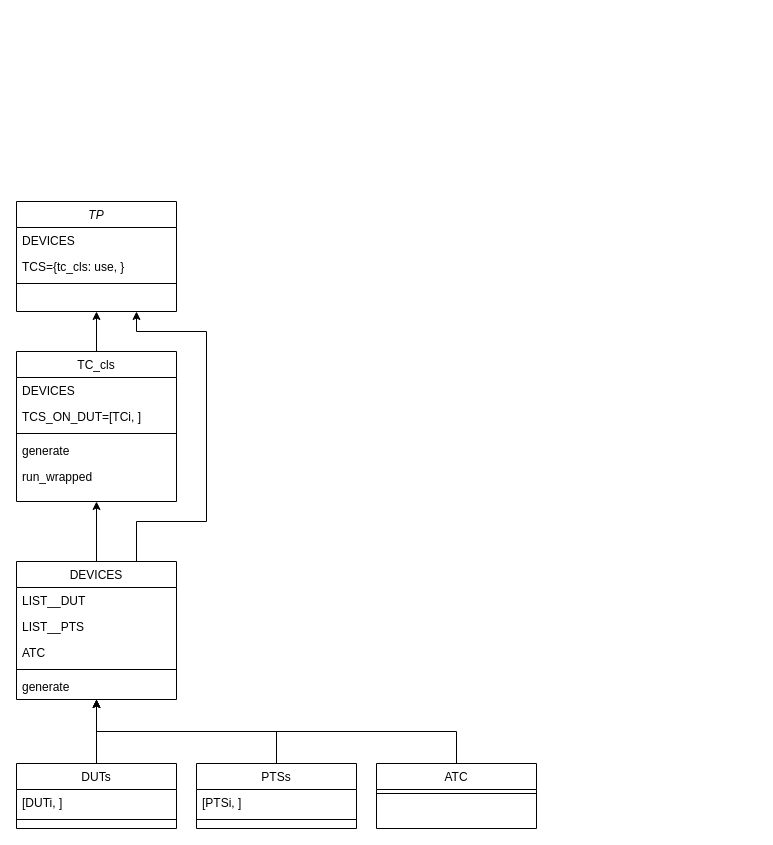
The draw.io diagram HELP/TestPlanScheme.drawio in centroid457/testplans, before the edit. Source tidied: cells renumbered, new cells numbered last; positions are measured from the earlier drawing's top-left corner, leaving out a move shared by most shapes. Both pictures are drawn from the tidied source at 100%, with x=0, y=0 at pixel (16, 201).
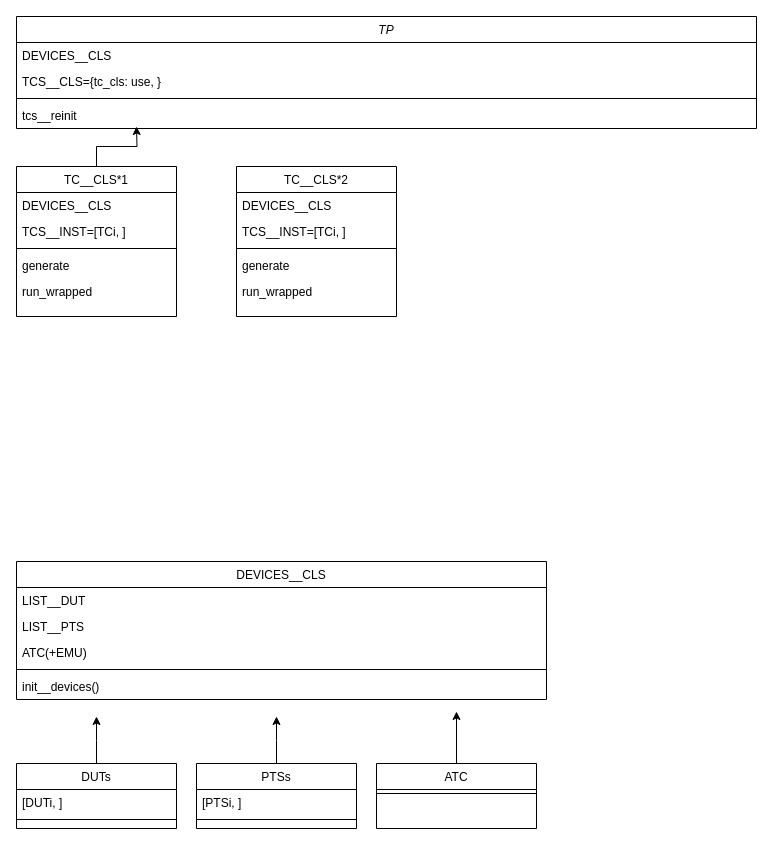
The same diagram, later.

The change refers to these unchanged cells:
```xml
<mxCell id="22" value="DUTs" style="swimlane;fontStyle=0;align=center;verticalAlign=top;horizontal=1;startSize=26;rounded=0;shadow=0;strokeWidth=1;" parent="1" vertex="1">
  <mxGeometry y="562" width="160" height="65" as="geometry" />
</mxCell>
<mxCell id="26" value="ATC" style="swimlane;fontStyle=0;align=center;verticalAlign=top;horizontal=1;startSize=26;rounded=0;shadow=0;strokeWidth=1;" parent="1" vertex="1">
  <mxGeometry x="360" y="562" width="160" height="65" as="geometry" />
</mxCell>
<mxCell id="29" value="PTSs" style="swimlane;fontStyle=0;align=center;verticalAlign=top;horizontal=1;startSize=26;rounded=0;shadow=0;strokeWidth=1;" parent="1" vertex="1">
  <mxGeometry x="180" y="562" width="160" height="65" as="geometry" />
</mxCell>
```

Change to the diagram source:
```diff
@@
     <mxCell id="2" value="TP" style="swimlane;fontStyle=2;align=center;verticalAlign=top;horizontal=1;startSize=26;rounded=0;shadow=0;strokeWidth=1;" parent="1" vertex="1">
-      <mxGeometry width="160" height="110" as="geometry" />
+      <mxGeometry y="-185" width="740" height="112" as="geometry" />
     </mxCell>
-    <mxCell id="3" value="DEVICES" style="text;align=left;verticalAlign=top;spacingLeft=4;spacingRight=4;overflow=hidden;" parent="2" vertex="1">
-      <mxGeometry y="26" width="160" height="26" as="geometry" />
+    <mxCell id="3" value="DEVICES__CLS" style="text;align=left;verticalAlign=top;spacingLeft=4;spacingRight=4;overflow=hidden;" parent="2" vertex="1">
+      <mxGeometry y="26" width="740" height="26" as="geometry" />
     </mxCell>
-    <mxCell id="4" value="TCS={tc_cls: use, }" style="text;align=left;verticalAlign=top;spacingLeft=4;spacingRight=4;overflow=hidden;" parent="2" vertex="1">
-      <mxGeometry y="52" width="160" height="26" as="geometry" />
+    <mxCell id="4" value="TCS__CLS={tc_cls: use, }" style="text;align=left;verticalAlign=top;spacingLeft=4;spacingRight=4;overflow=hidden;" parent="2" vertex="1">
+      <mxGeometry y="52" width="740" height="26" as="geometry" />
     </mxCell>
     <mxCell id="5" style="line;html=1;strokeWidth=1;align=left;verticalAlign=middle;spacingTop=-1;spacingLeft=3;spacingRight=3;labelPosition=right;" parent="2" vertex="1">
-      <mxGeometry y="78" width="160" height="8" as="geometry" />
+      <mxGeometry y="78" width="740" height="8" as="geometry" />
     </mxCell>
-    <mxCell id="6" style="edgeStyle=orthogonalEdgeStyle;rounded=0;jettySize=auto;html=1;exitX=0.75;exitY=0;exitDx=0;exitDy=0;entryX=0.75;entryY=1;entryDx=0;entryDy=0;" parent="1" edge="1" source="8" target="2">
-      <mxGeometry relative="1" as="geometry">
-        <Array as="points">
-          <mxPoint x="120" y="320" />
-          <mxPoint x="190" y="320" />
-          <mxPoint x="190" y="130" />
-          <mxPoint x="120" y="130" />
-        </Array>
-      </mxGeometry>
-    </mxCell>
-    <mxCell id="7" style="edgeStyle=orthogonalEdgeStyle;rounded=0;jettySize=auto;html=1;exitX=0.5;exitY=0;exitDx=0;exitDy=0;entryX=0.5;entryY=1;entryDx=0;entryDy=0;" parent="1" edge="1" source="8" target="15">
-      <mxGeometry relative="1" as="geometry" />
-    </mxCell>
+    <mxCell id="32" value="tcs__reinit" style="text;align=left;verticalAlign=top;spacingLeft=4;spacingRight=4;overflow=hidden;" parent="2" vertex="1">
+      <mxGeometry y="86" width="740" height="26" as="geometry" />
+    </mxCell>
-    <mxCell id="8" value="DEVICES" style="swimlane;fontStyle=0;align=center;verticalAlign=top;horizontal=1;startSize=26;rounded=0;shadow=0;strokeWidth=1;" parent="1" vertex="1">
-      <mxGeometry y="360" width="160" height="138" as="geometry" />
+    <mxCell id="8" value="DEVICES__CLS" style="swimlane;fontStyle=0;align=center;verticalAlign=top;horizontal=1;startSize=26;rounded=0;shadow=0;strokeWidth=1;" parent="1" vertex="1">
+      <mxGeometry y="360" width="530" height="138" as="geometry" />
     </mxCell>
     <mxCell id="9" value="LIST__DUT" style="text;align=left;verticalAlign=top;spacingLeft=4;spacingRight=4;overflow=hidden;" parent="8" vertex="1">
-      <mxGeometry y="26" width="160" height="26" as="geometry" />
+      <mxGeometry y="26" width="530" height="26" as="geometry" />
     </mxCell>
     <mxCell id="10" value="LIST__PTS" style="text;align=left;verticalAlign=top;spacingLeft=4;spacingRight=4;overflow=hidden;" parent="8" vertex="1">
-      <mxGeometry y="52" width="160" height="26" as="geometry" />
+      <mxGeometry y="52" width="530" height="26" as="geometry" />
     </mxCell>
-    <mxCell id="11" value="ATC" style="text;align=left;verticalAlign=top;spacingLeft=4;spacingRight=4;overflow=hidden;" parent="8" vertex="1">
-      <mxGeometry y="78" width="160" height="26" as="geometry" />
+    <mxCell id="11" value="ATC(+EMU)" style="text;align=left;verticalAlign=top;spacingLeft=4;spacingRight=4;overflow=hidden;" parent="8" vertex="1">
+      <mxGeometry y="78" width="530" height="26" as="geometry" />
     </mxCell>
     <mxCell id="12" style="line;html=1;strokeWidth=1;align=left;verticalAlign=middle;spacingTop=-1;spacingLeft=3;spacingRight=3;labelPosition=right;" parent="8" vertex="1">
-      <mxGeometry y="104" width="160" height="8" as="geometry" />
+      <mxGeometry y="104" width="530" height="8" as="geometry" />
     </mxCell>
-    <mxCell id="13" value="generate" style="text;align=left;verticalAlign=top;spacingLeft=4;spacingRight=4;overflow=hidden;" parent="8" vertex="1">
-      <mxGeometry y="112" width="160" height="26" as="geometry" />
+    <mxCell id="13" value="init__devices()" style="text;align=left;verticalAlign=top;spacingLeft=4;spacingRight=4;overflow=hidden;" parent="8" vertex="1">
+      <mxGeometry y="112" width="530" height="26" as="geometry" />
     </mxCell>
-    <mxCell id="14" style="edgeStyle=orthogonalEdgeStyle;rounded=0;jettySize=auto;html=1;exitX=0.5;exitY=0;exitDx=0;exitDy=0;entryX=0.5;entryY=1;entryDx=0;entryDy=0;" parent="1" edge="1" source="15" target="2">
-      <mxGeometry relative="1" as="geometry" />
+    <mxCell id="14" style="edgeStyle=orthogonalEdgeStyle;rounded=0;jettySize=auto;html=1;exitX=0.5;exitY=0;exitDx=0;exitDy=0;" parent="1" edge="1" source="15">
+      <mxGeometry relative="1" as="geometry">
+        <mxPoint x="120" y="-75" as="targetPoint" />
+      </mxGeometry>
     </mxCell>
-    <mxCell id="15" value="TC_cls" style="swimlane;fontStyle=0;align=center;verticalAlign=top;horizontal=1;startSize=26;rounded=0;shadow=0;strokeWidth=1;" parent="1" vertex="1">
-      <mxGeometry y="150" width="160" height="150" as="geometry" />
+    <mxCell id="15" value="TC__CLS*1" style="swimlane;fontStyle=0;align=center;verticalAlign=top;horizontal=1;startSize=26;rounded=0;shadow=0;strokeWidth=1;" parent="1" vertex="1">
+      <mxGeometry y="-35" width="160" height="150" as="geometry" />
     </mxCell>
-    <mxCell id="16" value="DEVICES" style="text;align=left;verticalAlign=top;spacingLeft=4;spacingRight=4;overflow=hidden;" parent="15" vertex="1">
+    <mxCell id="16" value="DEVICES__CLS" style="text;align=left;verticalAlign=top;spacingLeft=4;spacingRight=4;overflow=hidden;" parent="15" vertex="1">
       <mxGeometry y="26" width="160" height="26" as="geometry" />
     </mxCell>
-    <mxCell id="17" value="TCS_ON_DUT=[TCi, ]" style="text;align=left;verticalAlign=top;spacingLeft=4;spacingRight=4;overflow=hidden;rounded=0;shadow=0;html=0;" parent="15" vertex="1">
+    <mxCell id="17" value="TCS__INST=[TCi, ]" style="text;align=left;verticalAlign=top;spacingLeft=4;spacingRight=4;overflow=hidden;rounded=0;shadow=0;html=0;" parent="15" vertex="1">
       <mxGeometry y="52" width="160" height="26" as="geometry" />
     </mxCell>
@@
-    <mxCell id="21" style="edgeStyle=orthogonalEdgeStyle;rounded=0;jettySize=auto;html=1;exitX=0.5;exitY=0;exitDx=0;exitDy=0;entryX=0.5;entryY=1;entryDx=0;entryDy=0;" parent="1" edge="1" source="22" target="8">
-      <mxGeometry relative="1" as="geometry" />
-    </mxCell>
+    <mxCell id="33" style="edgeStyle=orthogonalEdgeStyle;rounded=0;jettySize=auto;html=1;exitX=0.5;exitY=0;exitDx=0;exitDy=0;" parent="1" edge="1" source="22">
+      <mxGeometry relative="1" as="geometry">
+        <mxPoint x="80" y="515" as="targetPoint" />
+      </mxGeometry>
+    </mxCell>
@@
-    <mxCell id="25" style="edgeStyle=orthogonalEdgeStyle;rounded=0;jettySize=auto;html=1;exitX=0.5;exitY=0;exitDx=0;exitDy=0;entryX=0.5;entryY=1;entryDx=0;entryDy=0;" parent="1" edge="1" source="26" target="8">
-      <mxGeometry relative="1" as="geometry" />
-    </mxCell>
+    <mxCell id="34" style="edgeStyle=orthogonalEdgeStyle;rounded=0;jettySize=auto;html=1;exitX=0.5;exitY=0;exitDx=0;exitDy=0;" parent="1" edge="1" source="26">
+      <mxGeometry relative="1" as="geometry">
+        <mxPoint x="440" y="510" as="targetPoint" />
+      </mxGeometry>
+    </mxCell>
@@
-    <mxCell id="28" style="edgeStyle=orthogonalEdgeStyle;rounded=0;jettySize=auto;html=1;exitX=0.5;exitY=0;exitDx=0;exitDy=0;entryX=0.5;entryY=1;entryDx=0;entryDy=0;" parent="1" edge="1" source="29" target="8">
-      <mxGeometry relative="1" as="geometry" />
-    </mxCell>
@@
+    <mxCell id="35" value="TC__CLS*2" style="swimlane;fontStyle=0;align=center;verticalAlign=top;horizontal=1;startSize=26;rounded=0;shadow=0;strokeWidth=1;" parent="1" vertex="1">
+      <mxGeometry x="220" y="-35" width="160" height="150" as="geometry" />
+    </mxCell>
+    <mxCell id="36" value="DEVICES__CLS" style="text;align=left;verticalAlign=top;spacingLeft=4;spacingRight=4;overflow=hidden;" parent="35" vertex="1">
+      <mxGeometry y="26" width="160" height="26" as="geometry" />
+    </mxCell>
+    <mxCell id="37" value="TCS__INST=[TCi, ]" style="text;align=left;verticalAlign=top;spacingLeft=4;spacingRight=4;overflow=hidden;rounded=0;shadow=0;html=0;" parent="35" vertex="1">
+      <mxGeometry y="52" width="160" height="26" as="geometry" />
+    </mxCell>
+    <mxCell id="38" style="line;html=1;strokeWidth=1;align=left;verticalAlign=middle;spacingTop=-1;spacingLeft=3;spacingRight=3;labelPosition=right;" parent="35" vertex="1">
+      <mxGeometry y="78" width="160" height="8" as="geometry" />
+    </mxCell>
+    <mxCell id="39" value="generate" style="text;align=left;verticalAlign=top;spacingLeft=4;spacingRight=4;overflow=hidden;" parent="35" vertex="1">
+      <mxGeometry y="86" width="160" height="26" as="geometry" />
+    </mxCell>
+    <mxCell id="40" value="run_wrapped" style="text;align=left;verticalAlign=top;spacingLeft=4;spacingRight=4;overflow=hidden;" parent="35" vertex="1">
+      <mxGeometry y="112" width="160" height="26" as="geometry" />
+    </mxCell>
+    <mxCell id="41" style="edgeStyle=orthogonalEdgeStyle;rounded=0;jettySize=auto;html=1;exitX=0.5;exitY=0;exitDx=0;exitDy=0;" parent="1" edge="1" source="29">
+      <mxGeometry relative="1" as="geometry">
+        <mxPoint x="260" y="515" as="targetPoint" />
+      </mxGeometry>
+    </mxCell>
```
